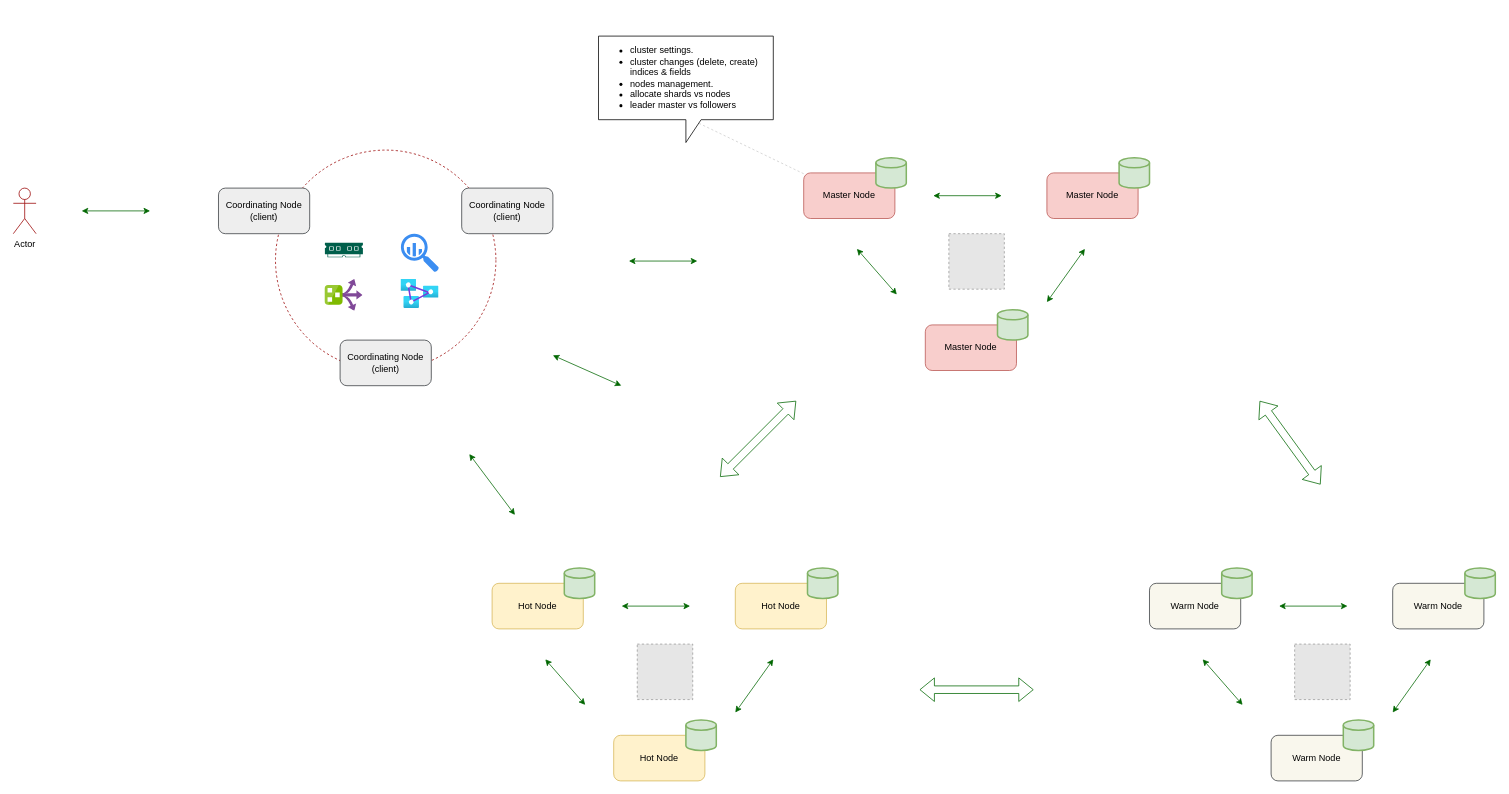
This is elk.drawio from jiangtao7/draw.io, a draw.io file, before an edit. Source tidied: cells renumbered, new cells numbered last; positions are measured from the earlier drawing's top-left corner, leaving out a move shared by most shapes. Both pictures are drawn from the tidied source at 76%, with x=0, y=0 at pixel (13, 36). Pictures stored in the file or linked from it are replaced by grey dashed boxes.
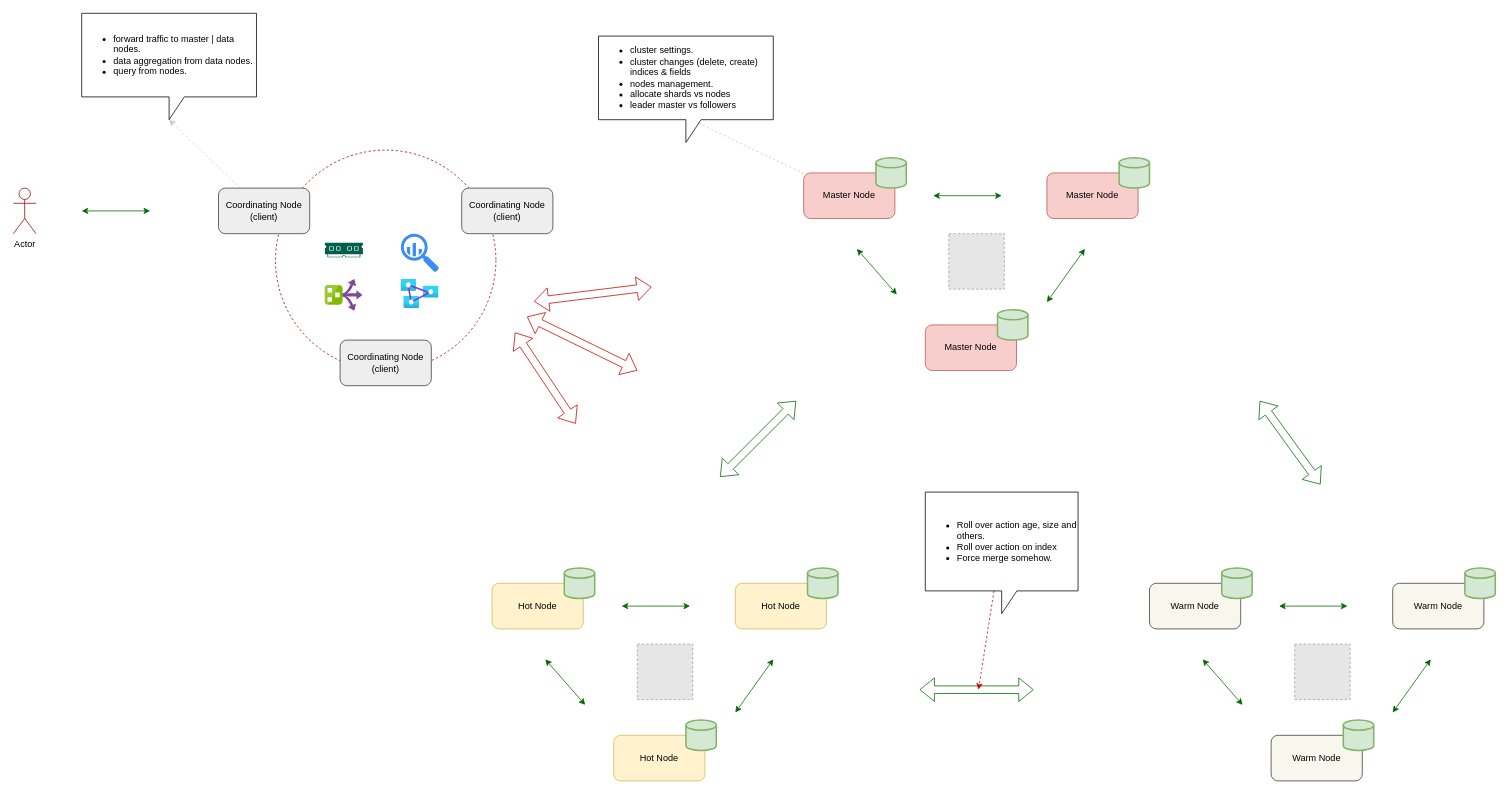
Above is the later version.

Unchanged cells that the change refers to:
```xml
<mxCell id="37" value="Coordinating Node&lt;br&gt;(client)" style="rounded=1;whiteSpace=wrap;html=1;fillColor=#eeeeee;strokeColor=#36393d;" parent="1" vertex="1">
  <mxGeometry x="270" y="200" width="120" height="60" as="geometry" />
</mxCell>
```

The edit, as a diff of the source:
```diff
@@
+    <mxCell id="50" style="edgeStyle=none;rounded=0;jettySize=auto;html=1;entryX=0;entryY=0;entryDx=115;entryDy=140;entryPerimeter=0;dashed=1;strokeColor=#CCCCCC;" parent="1" edge="1" source="37" target="51">
+      <mxGeometry relative="1" as="geometry" />
+    </mxCell>
@@
-    <mxCell id="46" style="endArrow=classic;startArrow=classic;html=1;rounded=0;strokeColor=#006600;" parent="1" edge="1">
-      <mxGeometry relative="1" as="geometry">
-        <mxPoint x="810" y="296" as="sourcePoint" />
-        <mxPoint x="900" y="296" as="targetPoint" />
-      </mxGeometry>
-    </mxCell>
-    <mxCell id="47" style="endArrow=classic;startArrow=classic;html=1;rounded=0;strokeColor=#006600;" parent="1" edge="1">
-      <mxGeometry relative="1" as="geometry">
-        <mxPoint x="600" y="550" as="sourcePoint" />
-        <mxPoint x="660" y="630" as="targetPoint" />
-      </mxGeometry>
-    </mxCell>
-    <mxCell id="48" style="endArrow=classic;startArrow=classic;html=1;rounded=0;strokeColor=#006600;" parent="1" edge="1">
-      <mxGeometry relative="1" as="geometry">
-        <mxPoint x="710" y="420" as="sourcePoint" />
-        <mxPoint x="800" y="460" as="targetPoint" />
-      </mxGeometry>
-    </mxCell>
@@
+    <mxCell id="51" value="&lt;ul&gt;&lt;li&gt;forward traffic to master | data nodes.&lt;/li&gt;&lt;li&gt;data aggregation from data nodes.&lt;/li&gt;&lt;li&gt;query from nodes.&lt;/li&gt;&lt;/ul&gt;" style="shape=callout;whiteSpace=wrap;html=1;perimeter=calloutPerimeter;strokeColor=#000000;align=left;" parent="1" vertex="1">
+      <mxGeometry x="90" y="-30" width="230" height="140" as="geometry" />
+    </mxCell>
+    <mxCell id="52" style="shape=flexArrow;endArrow=classic;startArrow=classic;html=1;rounded=0;strokeColor=#CC0000;" parent="1" edge="1">
+      <mxGeometry relative="1" as="geometry">
+        <mxPoint x="685" y="349.1" as="sourcePoint" />
+        <mxPoint x="840" y="330" as="targetPoint" />
+      </mxGeometry>
+    </mxCell>
+    <mxCell id="53" style="shape=flexArrow;endArrow=classic;startArrow=classic;html=1;rounded=0;strokeColor=#CC0000;" parent="1" edge="1">
+      <mxGeometry relative="1" as="geometry">
+        <mxPoint x="676" y="369.1" as="sourcePoint" />
+        <mxPoint x="821" y="440" as="targetPoint" />
+      </mxGeometry>
+    </mxCell>
+    <mxCell id="54" style="shape=flexArrow;endArrow=classic;startArrow=classic;html=1;rounded=0;strokeColor=#CC0000;" parent="1" edge="1">
+      <mxGeometry relative="1" as="geometry">
+        <mxPoint x="660" y="390" as="sourcePoint" />
+        <mxPoint x="740" y="510" as="targetPoint" />
+      </mxGeometry>
+    </mxCell>
+    <mxCell id="55" style="edgeStyle=none;rounded=0;jettySize=auto;html=1;dashed=1;strokeColor=#CC0000;" parent="1" edge="1" source="56">
+      <mxGeometry relative="1" as="geometry">
+        <mxPoint x="1270" y="860" as="targetPoint" />
+      </mxGeometry>
+    </mxCell>
+    <mxCell id="56" value="&lt;ul&gt;&lt;li&gt;Roll over action age, size and others.&lt;/li&gt;&lt;li&gt;Roll over action on index&lt;/li&gt;&lt;li&gt;Force merge somehow.&lt;/li&gt;&lt;/ul&gt;" style="shape=callout;whiteSpace=wrap;html=1;perimeter=calloutPerimeter;strokeColor=#000000;align=left;" parent="1" vertex="1">
+      <mxGeometry x="1200" y="600" width="201" height="160" as="geometry" />
+    </mxCell>
```
